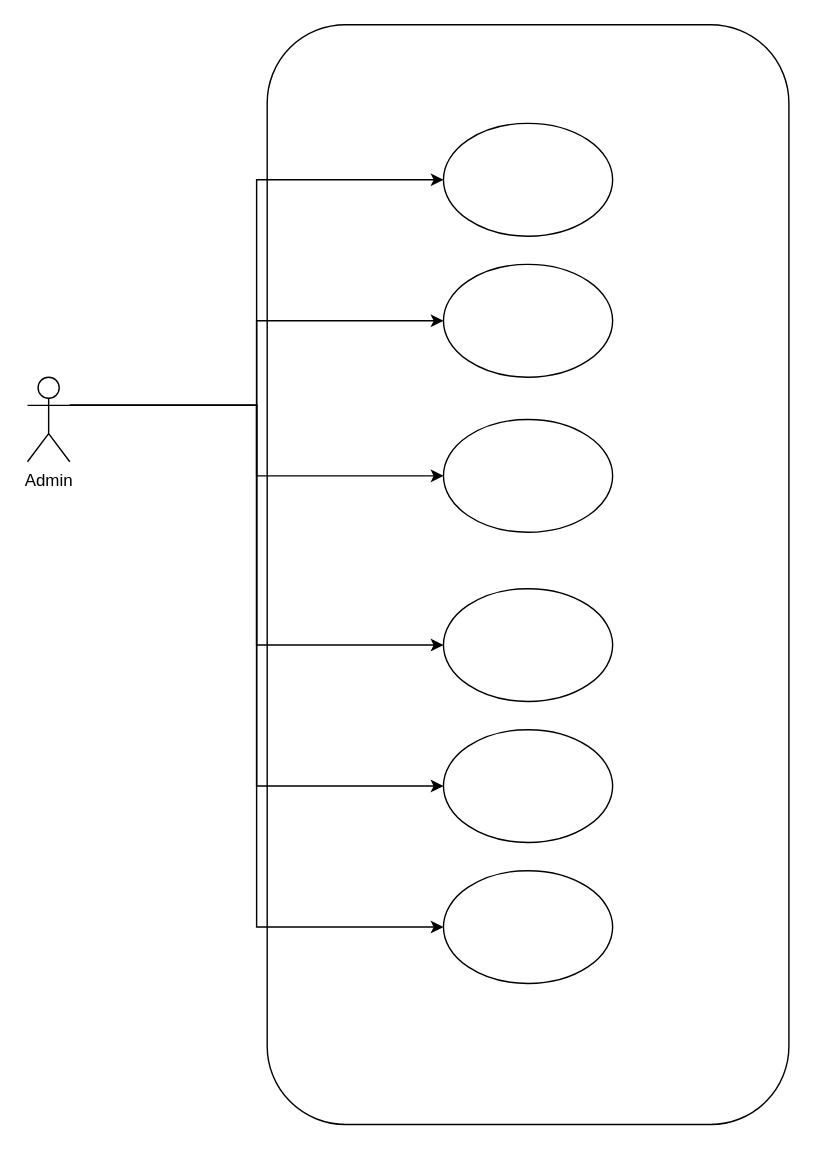
Above: page "admin" (4 of 5) of STQA.drawio in MohitBurkule/doctorconnect (draw.io), before the change. Source tidied: cells renumbered, new cells numbered last; positions are measured from the earlier drawing's top-left corner, leaving out a move shared by most shapes. Both pictures are drawn from the tidied source at 141%, with x=0, y=0 at pixel (27, 24).
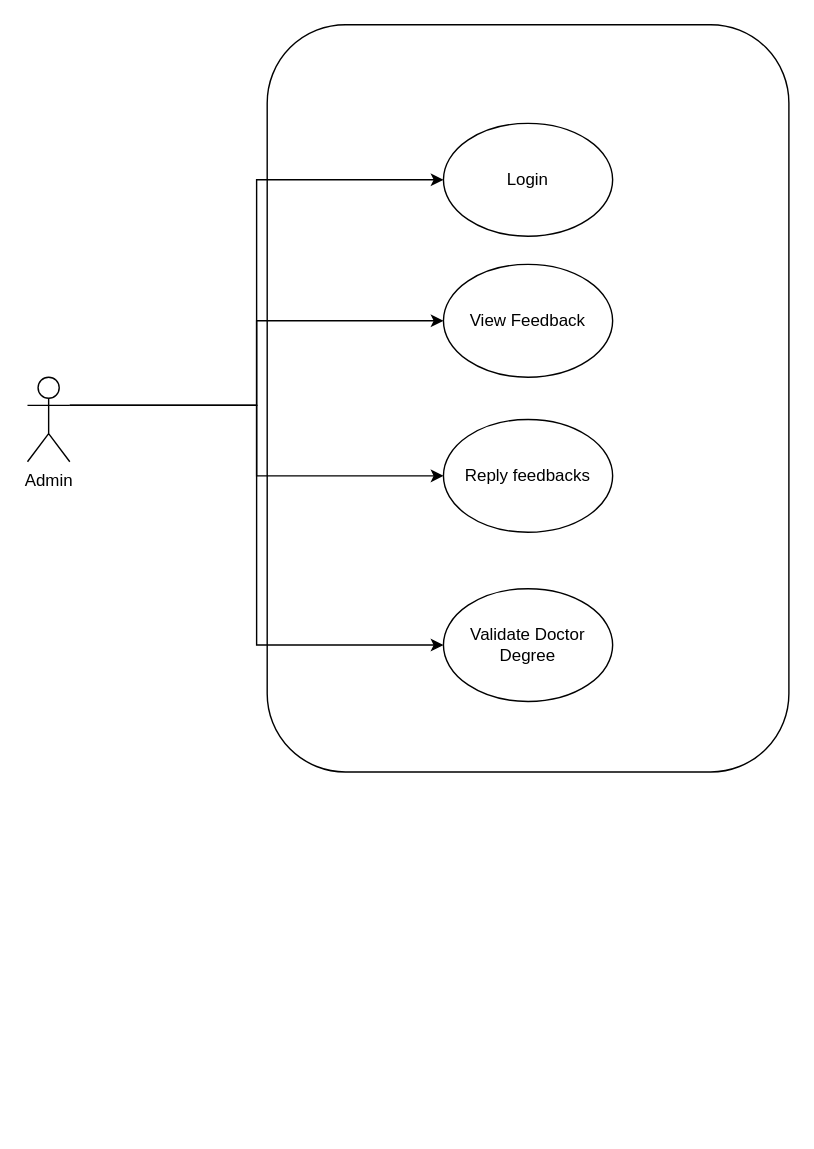
Above is the later version.

Diff of the diagram source:
```diff
@@
 <mxGraphModel>
   <root>
     <mxCell id="0" />
     <mxCell id="1" parent="0" />
     <mxCell id="2" style="rounded=1;whiteSpace=wrap;html=1;" parent="1" vertex="1">
-      <mxGeometry x="170" width="370" height="780" as="geometry" />
+      <mxGeometry x="170" width="370" height="530" as="geometry" />
     </mxCell>
     <mxCell id="3" style="edgeStyle=orthogonalEdgeStyle;rounded=0;jettySize=auto;html=1;exitX=1;exitY=0.3333333333333333;exitDx=0;exitDy=0;exitPerimeter=0;entryX=0;entryY=0.5;entryDx=0;entryDy=0;" parent="1" edge="1" source="9" target="10">
       <mxGeometry relative="1" as="geometry" />
     </mxCell>
     <mxCell id="4" style="edgeStyle=orthogonalEdgeStyle;rounded=0;jettySize=auto;html=1;exitX=1;exitY=0.3333333333333333;exitDx=0;exitDy=0;exitPerimeter=0;entryX=0;entryY=0.5;entryDx=0;entryDy=0;" parent="1" edge="1" source="9" target="11">
       <mxGeometry relative="1" as="geometry" />
     </mxCell>
     <mxCell id="5" style="edgeStyle=orthogonalEdgeStyle;rounded=0;jettySize=auto;html=1;exitX=1;exitY=0.3333333333333333;exitDx=0;exitDy=0;exitPerimeter=0;entryX=0;entryY=0.5;entryDx=0;entryDy=0;" parent="1" edge="1" source="9" target="12">
       <mxGeometry relative="1" as="geometry" />
     </mxCell>
     <mxCell id="6" style="edgeStyle=orthogonalEdgeStyle;rounded=0;jettySize=auto;html=1;exitX=1;exitY=0.3333333333333333;exitDx=0;exitDy=0;exitPerimeter=0;entryX=0;entryY=0.5;entryDx=0;entryDy=0;" parent="1" edge="1" source="9" target="13">
       <mxGeometry relative="1" as="geometry" />
     </mxCell>
-    <mxCell id="7" style="edgeStyle=orthogonalEdgeStyle;rounded=0;jettySize=auto;html=1;exitX=1;exitY=0.3333333333333333;exitDx=0;exitDy=0;exitPerimeter=0;entryX=0;entryY=0.5;entryDx=0;entryDy=0;" parent="1" edge="1" source="9" target="14">
-      <mxGeometry relative="1" as="geometry" />
-    </mxCell>
-    <mxCell id="8" style="edgeStyle=orthogonalEdgeStyle;rounded=0;jettySize=auto;html=1;exitX=1;exitY=0.3333333333333333;exitDx=0;exitDy=0;exitPerimeter=0;entryX=0;entryY=0.5;entryDx=0;entryDy=0;" parent="1" edge="1" source="9" target="15">
-      <mxGeometry relative="1" as="geometry" />
-    </mxCell>
     <mxCell id="9" value="Admin" style="shape=umlActor;verticalLabelPosition=bottom;verticalAlign=top;html=1;outlineConnect=0;" parent="1" vertex="1">
       <mxGeometry y="250" width="30" height="60" as="geometry" />
     </mxCell>
-    <mxCell id="10" style="ellipse;whiteSpace=wrap;html=1;" parent="1" vertex="1">
+    <mxCell id="10" value="Login" style="ellipse;whiteSpace=wrap;html=1;" parent="1" vertex="1">
       <mxGeometry x="295" y="70" width="120" height="80" as="geometry" />
     </mxCell>
-    <mxCell id="11" style="ellipse;whiteSpace=wrap;html=1;" parent="1" vertex="1">
+    <mxCell id="11" value="View Feedback" style="ellipse;whiteSpace=wrap;html=1;" parent="1" vertex="1">
       <mxGeometry x="295" y="170" width="120" height="80" as="geometry" />
     </mxCell>
-    <mxCell id="12" style="ellipse;whiteSpace=wrap;html=1;" parent="1" vertex="1">
+    <mxCell id="12" value="Reply feedbacks" style="ellipse;whiteSpace=wrap;html=1;" parent="1" vertex="1">
       <mxGeometry x="295" y="280" width="120" height="80" as="geometry" />
     </mxCell>
-    <mxCell id="13" style="ellipse;whiteSpace=wrap;html=1;" parent="1" vertex="1">
+    <mxCell id="13" value="Validate Doctor Degree" style="ellipse;whiteSpace=wrap;html=1;" parent="1" vertex="1">
       <mxGeometry x="295" y="400" width="120" height="80" as="geometry" />
     </mxCell>
-    <mxCell id="14" style="ellipse;whiteSpace=wrap;html=1;" parent="1" vertex="1">
-      <mxGeometry x="295" y="500" width="120" height="80" as="geometry" />
-    </mxCell>
-    <mxCell id="15" style="ellipse;whiteSpace=wrap;html=1;" parent="1" vertex="1">
-      <mxGeometry x="295" y="600" width="120" height="80" as="geometry" />
-    </mxCell>
   </root>
 </mxGraphModel>
```
